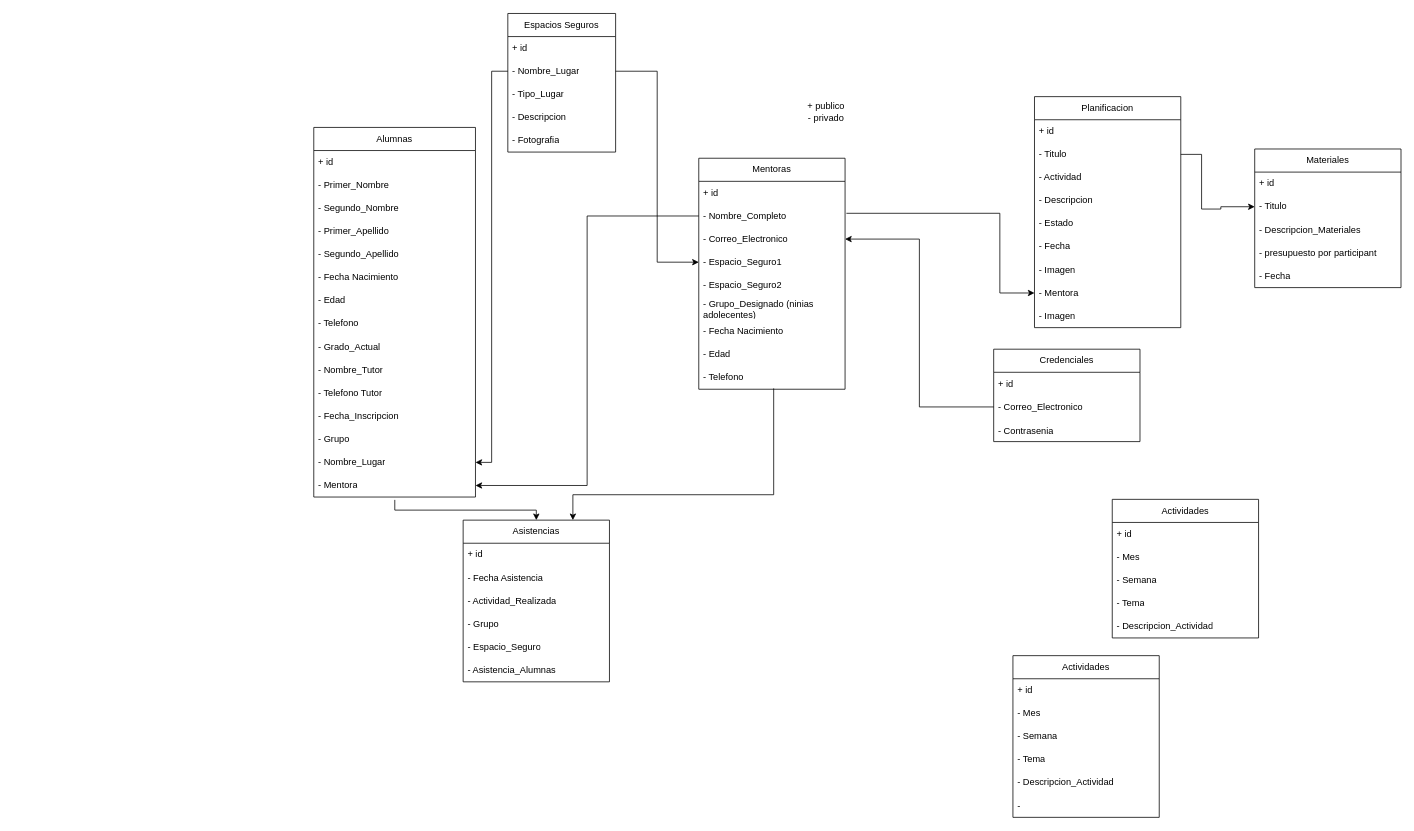
This is page "Digrama de Clases" (1 of 3) of REDMI.drawio from NealD00/Diagramin, a draw.io file, before an edit. Source tidied: cells renumbered, new cells numbered last; positions are measured from the earlier drawing's top-left corner, leaving out a move shared by most shapes. Both pictures are drawn from the tidied source at 77%, with x=0, y=0 at pixel (313, 13).
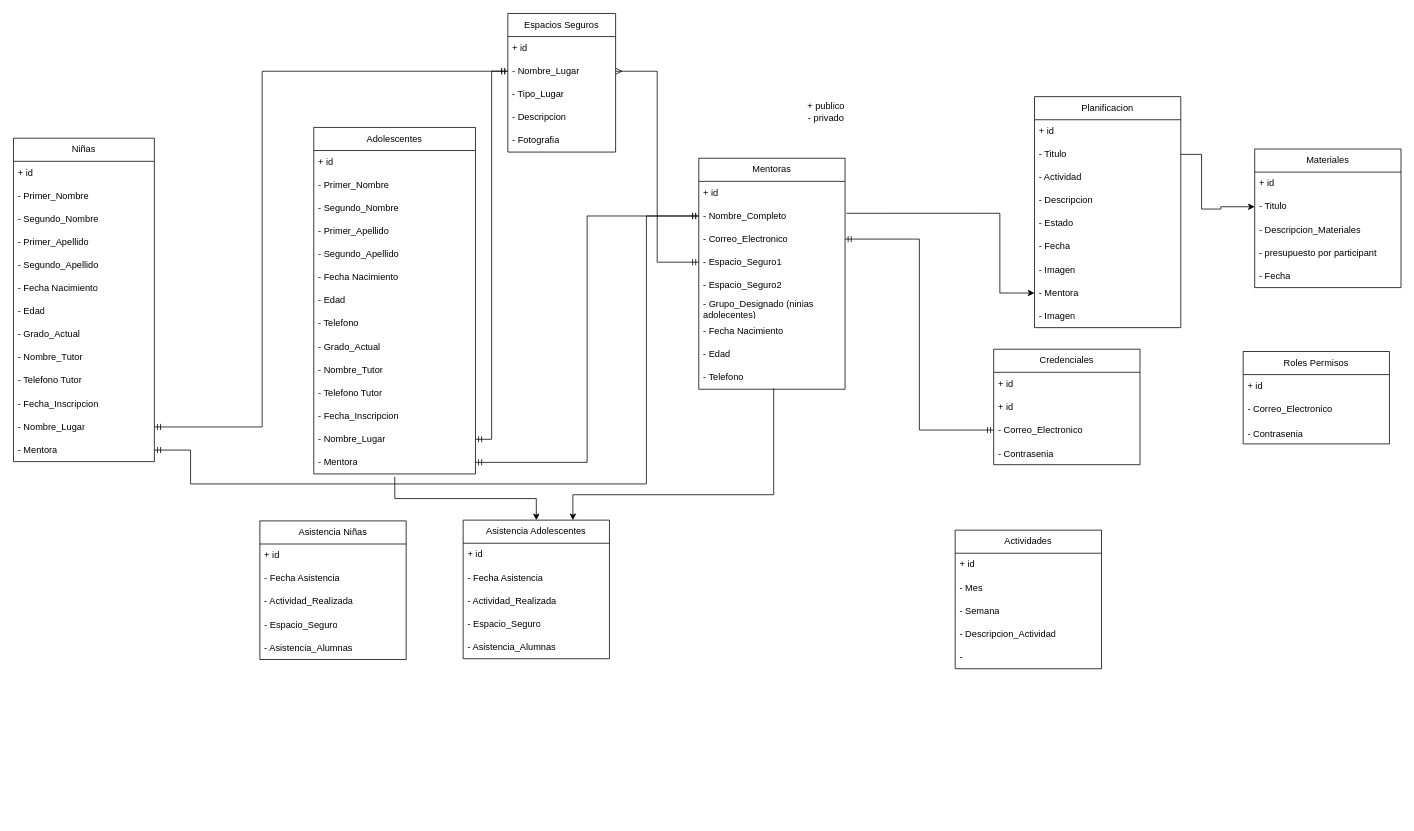
The same diagram, later.

Unchanged cells that the change refers to:
```xml
<mxCell id="4" value="- Nombre_Lugar" style="text;strokeColor=none;fillColor=none;align=left;verticalAlign=middle;spacingLeft=4;spacingRight=4;overflow=hidden;points=[[0,0.5],[1,0.5]];portConstraint=eastwest;whiteSpace=wrap;html=1;" parent="2" vertex="1">
  <mxGeometry y="60" width="140" height="30" as="geometry" />
</mxCell>
<mxCell id="27" value="- Nombre_Completo" style="text;strokeColor=none;fillColor=none;align=left;verticalAlign=middle;spacingLeft=4;spacingRight=4;overflow=hidden;points=[[0,0.5],[1,0.5]];portConstraint=eastwest;whiteSpace=wrap;html=1;" parent="25" vertex="1">
  <mxGeometry y="60" width="190" height="30" as="geometry" />
</mxCell>
<mxCell id="28" value="- Correo_Electronico" style="text;strokeColor=none;fillColor=none;align=left;verticalAlign=middle;spacingLeft=4;spacingRight=4;overflow=hidden;points=[[0,0.5],[1,0.5]];portConstraint=eastwest;whiteSpace=wrap;html=1;" parent="25" vertex="1">
  <mxGeometry y="90" width="190" height="30" as="geometry" />
</mxCell>
<mxCell id="29" value="- Espacio_Seguro1&lt;span style=&quot;white-space: pre;&quot;&gt;&#9;&lt;/span&gt;" style="text;strokeColor=none;fillColor=none;align=left;verticalAlign=middle;spacingLeft=4;spacingRight=4;overflow=hidden;points=[[0,0.5],[1,0.5]];portConstraint=eastwest;whiteSpace=wrap;html=1;" parent="25" vertex="1">
  <mxGeometry y="120" width="190" height="30" as="geometry" />
</mxCell>
```

Diff of the diagram source:
```diff
@@
-    <mxCell id="9" value="Alumnas" style="swimlane;fontStyle=0;horizontal=1;startSize=30;whiteSpace=wrap;html=1;" parent="1" vertex="1">
-      <mxGeometry y="148" width="210" height="480" as="geometry" />
+    <mxCell id="9" value="Adolescentes" style="swimlane;fontStyle=0;horizontal=1;startSize=30;whiteSpace=wrap;html=1;" parent="1" vertex="1">
+      <mxGeometry y="148" width="210" height="450" as="geometry" />
     </mxCell>
@@
-    <mxCell id="22" value="- Grupo" style="text;strokeColor=none;fillColor=none;align=left;verticalAlign=middle;spacingLeft=4;spacingRight=4;overflow=hidden;whiteSpace=wrap;html=1;" parent="9" vertex="1">
-      <mxGeometry y="390" width="210" height="30" as="geometry" />
-    </mxCell>
     <mxCell id="23" value="- Nombre_Lugar" style="text;strokeColor=none;fillColor=none;align=left;verticalAlign=middle;spacingLeft=4;spacingRight=4;overflow=hidden;points=[[0,0.5],[1,0.5]];portConstraint=eastwest;whiteSpace=wrap;html=1;" parent="9" vertex="1">
-      <mxGeometry y="420" width="210" height="30" as="geometry" />
+      <mxGeometry y="390" width="210" height="30" as="geometry" />
     </mxCell>
     <mxCell id="24" value="- Mentora" style="text;strokeColor=none;fillColor=none;align=left;verticalAlign=middle;spacingLeft=4;spacingRight=4;overflow=hidden;points=[[0,0.5],[1,0.5]];portConstraint=eastwest;whiteSpace=wrap;html=1;" parent="9" vertex="1">
-      <mxGeometry y="450" width="210" height="30" as="geometry" />
+      <mxGeometry y="420" width="210" height="30" as="geometry" />
     </mxCell>
@@
-    <mxCell id="35" value="Asistencias" style="swimlane;fontStyle=0;horizontal=1;startSize=30;whiteSpace=wrap;html=1;" parent="1" vertex="1">
-      <mxGeometry x="194" y="658" width="190" height="210" as="geometry" />
+    <mxCell id="35" value="Asistencia Adolescentes" style="swimlane;fontStyle=0;horizontal=1;startSize=30;whiteSpace=wrap;html=1;" parent="1" vertex="1">
+      <mxGeometry x="194" y="658" width="190" height="180" as="geometry" />
     </mxCell>
@@
-    <mxCell id="39" value="- Grupo" style="text;strokeColor=none;fillColor=none;align=left;verticalAlign=middle;spacingLeft=4;spacingRight=4;overflow=hidden;whiteSpace=wrap;html=1;" parent="35" vertex="1">
-      <mxGeometry y="120" width="190" height="30" as="geometry" />
-    </mxCell>
     <mxCell id="40" value="- Espacio_Seguro" style="text;strokeColor=none;fillColor=none;align=left;verticalAlign=middle;spacingLeft=4;spacingRight=4;overflow=hidden;whiteSpace=wrap;html=1;" parent="35" vertex="1">
-      <mxGeometry y="150" width="190" height="30" as="geometry" />
+      <mxGeometry y="120" width="190" height="30" as="geometry" />
     </mxCell>
     <mxCell id="41" value="- Asistencia_Alumnas" style="text;strokeColor=none;fillColor=none;align=left;verticalAlign=middle;spacingLeft=4;spacingRight=4;overflow=hidden;whiteSpace=wrap;html=1;" parent="35" vertex="1">
-      <mxGeometry y="180" width="190" height="30" as="geometry" />
+      <mxGeometry y="150" width="190" height="30" as="geometry" />
     </mxCell>
@@
     <mxCell id="52" value="Credenciales" style="swimlane;fontStyle=0;horizontal=1;startSize=30;whiteSpace=wrap;html=1;" parent="1" vertex="1">
-      <mxGeometry x="883" y="436" width="190" height="120" as="geometry" />
+      <mxGeometry x="883" y="436" width="190" height="150" as="geometry" />
     </mxCell>
@@
+    <mxCell id="83" value="+ id&amp;nbsp;&lt;span style=&quot;white-space: pre;&quot;&gt;&#9;&lt;/span&gt;" style="text;strokeColor=none;fillColor=none;align=left;verticalAlign=middle;spacingLeft=4;spacingRight=4;overflow=hidden;whiteSpace=wrap;html=1;" parent="52" vertex="1">
+      <mxGeometry y="60" width="190" height="30" as="geometry" />
+    </mxCell>
     <mxCell id="54" value="- Correo_Electronico" style="text;strokeColor=none;fillColor=none;align=left;verticalAlign=middle;spacingLeft=4;spacingRight=4;overflow=hidden;points=[[0,0.5],[1,0.5]];portConstraint=eastwest;whiteSpace=wrap;html=1;" parent="52" vertex="1">
-      <mxGeometry y="60" width="190" height="30" as="geometry" />
+      <mxGeometry y="90" width="190" height="30" as="geometry" />
     </mxCell>
     <mxCell id="55" value="- Contrasenia&lt;font face=&quot;sans-serif&quot; color=&quot;#202122&quot;&gt;&lt;span style=&quot;font-size: 16px; background-color: rgb(255, 255, 255);&quot;&gt;&lt;/span&gt;&lt;/font&gt;" style="text;strokeColor=none;fillColor=none;align=left;verticalAlign=middle;spacingLeft=4;spacingRight=4;overflow=hidden;whiteSpace=wrap;html=1;" parent="52" vertex="1">
-      <mxGeometry y="90" width="190" height="30" as="geometry" />
+      <mxGeometry y="120" width="190" height="30" as="geometry" />
     </mxCell>
-    <mxCell id="56" style="rounded=0;jettySize=auto;html=1;exitX=0;exitY=0.5;exitDx=0;exitDy=0;fontFamily=Helvetica;fontSize=12;fontColor=default;fontStyle=0;edgeStyle=orthogonalEdgeStyle;" parent="1" edge="1" source="27" target="24">
+    <mxCell id="56" style="rounded=0;jettySize=auto;html=1;exitX=0;exitY=0.5;exitDx=0;exitDy=0;fontFamily=Helvetica;fontSize=12;fontColor=default;fontStyle=0;edgeStyle=orthogonalEdgeStyle;startArrow=ERmandOne;startFill=0;endArrow=ERmandOne;endFill=0;" parent="1" edge="1" source="27" target="24">
       <mxGeometry relative="1" as="geometry" />
     </mxCell>
-    <mxCell id="57" style="edgeStyle=orthogonalEdgeStyle;rounded=0;jettySize=auto;html=1;exitX=0;exitY=0.5;exitDx=0;exitDy=0;entryX=1;entryY=0.5;entryDx=0;entryDy=0;fontFamily=Helvetica;fontSize=12;fontColor=default;fontStyle=0;" parent="1" edge="1" source="4" target="23">
+    <mxCell id="57" style="edgeStyle=orthogonalEdgeStyle;rounded=0;jettySize=auto;html=1;exitX=0;exitY=0.5;exitDx=0;exitDy=0;entryX=1;entryY=0.5;entryDx=0;entryDy=0;fontFamily=Helvetica;fontSize=12;fontColor=default;fontStyle=0;endArrow=ERmandOne;endFill=0;startArrow=ERmandOne;startFill=0;" parent="1" edge="1" source="4" target="23">
       <mxGeometry relative="1" as="geometry" />
     </mxCell>
@@
-    <mxCell id="60" style="rounded=0;jettySize=auto;elbow=vertical;html=1;exitX=0;exitY=0.5;exitDx=0;exitDy=0;entryX=1;entryY=0.5;entryDx=0;entryDy=0;fontFamily=Helvetica;fontSize=12;fontColor=default;fontStyle=0;edgeStyle=orthogonalEdgeStyle;" parent="1" edge="1" source="54" target="28">
+    <mxCell id="60" style="rounded=0;jettySize=auto;elbow=vertical;html=1;exitX=0;exitY=0.5;exitDx=0;exitDy=0;entryX=1;entryY=0.5;entryDx=0;entryDy=0;fontFamily=Helvetica;fontSize=12;fontColor=default;fontStyle=0;edgeStyle=orthogonalEdgeStyle;startArrow=ERmandOne;startFill=0;endArrow=ERmandOne;endFill=0;" parent="1" edge="1" source="54" target="28">
       <mxGeometry relative="1" as="geometry" />
     </mxCell>
     <mxCell id="61" value="Actividades" style="swimlane;fontStyle=0;horizontal=1;startSize=30;whiteSpace=wrap;html=1;" parent="1" vertex="1">
-      <mxGeometry x="908" y="834" width="190" height="210" as="geometry" />
+      <mxGeometry x="833" y="671" width="190" height="180" as="geometry" />
     </mxCell>
@@
-    <mxCell id="65" value="- Tema" style="text;strokeColor=none;fillColor=none;align=left;verticalAlign=middle;spacingLeft=4;spacingRight=4;overflow=hidden;whiteSpace=wrap;html=1;" parent="61" vertex="1">
-      <mxGeometry y="120" width="190" height="30" as="geometry" />
-    </mxCell>
     <mxCell id="66" value="- Descripcion_Actividad" style="text;strokeColor=none;fillColor=none;align=left;verticalAlign=middle;spacingLeft=4;spacingRight=4;overflow=hidden;whiteSpace=wrap;html=1;" parent="61" vertex="1">
-      <mxGeometry y="150" width="190" height="30" as="geometry" />
+      <mxGeometry y="120" width="190" height="30" as="geometry" />
     </mxCell>
     <mxCell id="67" value="-&amp;nbsp;" style="text;strokeColor=none;fillColor=none;align=left;verticalAlign=middle;spacingLeft=4;spacingRight=4;overflow=hidden;whiteSpace=wrap;html=1;" parent="61" vertex="1">
-      <mxGeometry y="180" width="190" height="30" as="geometry" />
+      <mxGeometry y="150" width="190" height="30" as="geometry" />
     </mxCell>
-    <mxCell id="68" style="edgeStyle=orthogonalEdgeStyle;rounded=0;jettySize=auto;html=1;exitX=1;exitY=0.5;exitDx=0;exitDy=0;entryX=0;entryY=0.5;entryDx=0;entryDy=0;" parent="1" edge="1" source="4" target="29">
+    <mxCell id="68" style="edgeStyle=orthogonalEdgeStyle;rounded=0;jettySize=auto;html=1;exitX=1;exitY=0.5;exitDx=0;exitDy=0;entryX=0;entryY=0.5;entryDx=0;entryDy=0;endArrow=ERmandOne;endFill=0;startArrow=ERmany;startFill=0;" parent="1" edge="1" source="4" target="29">
       <mxGeometry relative="1" as="geometry" />
     </mxCell>
-    <mxCell id="69" value="Actividades" style="swimlane;fontStyle=0;horizontal=1;startSize=30;whiteSpace=wrap;html=1;" parent="1" vertex="1">
-      <mxGeometry x="1037" y="631" width="190" height="180" as="geometry" />
-    </mxCell>
-    <mxCell id="70" value="+ id&amp;nbsp;&lt;span style=&quot;white-space: pre;&quot;&gt;&#9;&lt;/span&gt;" style="text;strokeColor=none;fillColor=none;align=left;verticalAlign=middle;spacingLeft=4;spacingRight=4;overflow=hidden;whiteSpace=wrap;html=1;" parent="69" vertex="1">
-      <mxGeometry y="30" width="190" height="30" as="geometry" />
-    </mxCell>
-    <mxCell id="71" value="- Mes" style="text;strokeColor=none;fillColor=none;align=left;verticalAlign=middle;spacingLeft=4;spacingRight=4;overflow=hidden;whiteSpace=wrap;html=1;" parent="69" vertex="1">
-      <mxGeometry y="60" width="190" height="30" as="geometry" />
-    </mxCell>
-    <mxCell id="72" value="- Semana" style="text;strokeColor=none;fillColor=none;align=left;verticalAlign=middle;spacingLeft=4;spacingRight=4;overflow=hidden;whiteSpace=wrap;html=1;" parent="69" vertex="1">
-      <mxGeometry y="90" width="190" height="30" as="geometry" />
-    </mxCell>
-    <mxCell id="73" value="- Tema" style="text;strokeColor=none;fillColor=none;align=left;verticalAlign=middle;spacingLeft=4;spacingRight=4;overflow=hidden;whiteSpace=wrap;html=1;" parent="69" vertex="1">
-      <mxGeometry y="120" width="190" height="30" as="geometry" />
-    </mxCell>
-    <mxCell id="74" value="- Descripcion_Actividad" style="text;strokeColor=none;fillColor=none;align=left;verticalAlign=middle;spacingLeft=4;spacingRight=4;overflow=hidden;whiteSpace=wrap;html=1;" parent="69" vertex="1">
-      <mxGeometry y="150" width="190" height="30" as="geometry" />
-    </mxCell>
@@
+    <mxCell id="84" value="Niñas" style="swimlane;fontStyle=0;horizontal=1;startSize=30;whiteSpace=wrap;html=1;" parent="1" vertex="1">
+      <mxGeometry x="-390" y="162" width="183" height="420" as="geometry" />
+    </mxCell>
+    <mxCell id="85" value="+ id&amp;nbsp;&lt;span style=&quot;white-space: pre;&quot;&gt;&#9;&lt;/span&gt;" style="text;strokeColor=none;fillColor=none;align=left;verticalAlign=middle;spacingLeft=4;spacingRight=4;overflow=hidden;whiteSpace=wrap;html=1;" parent="84" vertex="1">
+      <mxGeometry y="30" width="183" height="30" as="geometry" />
+    </mxCell>
+    <mxCell id="86" value="- Primer_Nombre" style="text;strokeColor=none;fillColor=none;align=left;verticalAlign=middle;spacingLeft=4;spacingRight=4;overflow=hidden;whiteSpace=wrap;html=1;" parent="84" vertex="1">
+      <mxGeometry y="60" width="183" height="30" as="geometry" />
+    </mxCell>
+    <mxCell id="87" value="- Segundo_Nombre" style="text;strokeColor=none;fillColor=none;align=left;verticalAlign=middle;spacingLeft=4;spacingRight=4;overflow=hidden;whiteSpace=wrap;html=1;" parent="84" vertex="1">
+      <mxGeometry y="90" width="183" height="30" as="geometry" />
+    </mxCell>
+    <mxCell id="88" value="- Primer_&lt;span style=&quot;background-color: initial;&quot;&gt;Apellido&lt;/span&gt;" style="text;strokeColor=none;fillColor=none;align=left;verticalAlign=middle;spacingLeft=4;spacingRight=4;overflow=hidden;whiteSpace=wrap;html=1;" parent="84" vertex="1">
+      <mxGeometry y="120" width="183" height="30" as="geometry" />
+    </mxCell>
+    <mxCell id="89" value="- Segundo_Apellido" style="text;strokeColor=none;fillColor=none;align=left;verticalAlign=middle;spacingLeft=4;spacingRight=4;overflow=hidden;whiteSpace=wrap;html=1;" parent="84" vertex="1">
+      <mxGeometry y="150" width="183" height="30" as="geometry" />
+    </mxCell>
+    <mxCell id="90" value="- Fecha Nacimiento" style="text;strokeColor=none;fillColor=none;align=left;verticalAlign=middle;spacingLeft=4;spacingRight=4;overflow=hidden;whiteSpace=wrap;html=1;" parent="84" vertex="1">
+      <mxGeometry y="180" width="183" height="30" as="geometry" />
+    </mxCell>
+    <mxCell id="91" value="- Edad" style="text;strokeColor=none;fillColor=none;align=left;verticalAlign=middle;spacingLeft=4;spacingRight=4;overflow=hidden;whiteSpace=wrap;html=1;" parent="84" vertex="1">
+      <mxGeometry y="210" width="183" height="30" as="geometry" />
+    </mxCell>
+    <mxCell id="92" value="- Grado_Actual" style="text;strokeColor=none;fillColor=none;align=left;verticalAlign=middle;spacingLeft=4;spacingRight=4;overflow=hidden;whiteSpace=wrap;html=1;" parent="84" vertex="1">
+      <mxGeometry y="240" width="183" height="30" as="geometry" />
+    </mxCell>
+    <mxCell id="93" value="- Nombre_Tutor" style="text;strokeColor=none;fillColor=none;align=left;verticalAlign=middle;spacingLeft=4;spacingRight=4;overflow=hidden;whiteSpace=wrap;html=1;" parent="84" vertex="1">
+      <mxGeometry y="270" width="183" height="30" as="geometry" />
+    </mxCell>
+    <mxCell id="94" value="- Telefono Tutor" style="text;strokeColor=none;fillColor=none;align=left;verticalAlign=middle;spacingLeft=4;spacingRight=4;overflow=hidden;whiteSpace=wrap;html=1;" parent="84" vertex="1">
+      <mxGeometry y="300" width="183" height="30" as="geometry" />
+    </mxCell>
+    <mxCell id="95" value="- Fecha_Inscripcion" style="text;strokeColor=none;fillColor=none;align=left;verticalAlign=middle;spacingLeft=4;spacingRight=4;overflow=hidden;whiteSpace=wrap;html=1;" parent="84" vertex="1">
+      <mxGeometry y="330" width="183" height="30" as="geometry" />
+    </mxCell>
+    <mxCell id="96" value="- Nombre_Lugar" style="text;strokeColor=none;fillColor=none;align=left;verticalAlign=middle;spacingLeft=4;spacingRight=4;overflow=hidden;points=[[0,0.5],[1,0.5]];portConstraint=eastwest;whiteSpace=wrap;html=1;" parent="84" vertex="1">
+      <mxGeometry y="360" width="183" height="30" as="geometry" />
+    </mxCell>
+    <mxCell id="97" value="- Mentora" style="text;strokeColor=none;fillColor=none;align=left;verticalAlign=middle;spacingLeft=4;spacingRight=4;overflow=hidden;points=[[0,0.5],[1,0.5]];portConstraint=eastwest;whiteSpace=wrap;html=1;" parent="84" vertex="1">
+      <mxGeometry y="390" width="183" height="30" as="geometry" />
+    </mxCell>
+    <mxCell id="98" value="Asistencia Niñas" style="swimlane;fontStyle=0;horizontal=1;startSize=30;whiteSpace=wrap;html=1;" parent="1" vertex="1">
+      <mxGeometry x="-70" y="659" width="190" height="180" as="geometry" />
+    </mxCell>
+    <mxCell id="99" value="+ id&amp;nbsp;&lt;span style=&quot;white-space: pre;&quot;&gt;&#9;&lt;/span&gt;" style="text;strokeColor=none;fillColor=none;align=left;verticalAlign=middle;spacingLeft=4;spacingRight=4;overflow=hidden;whiteSpace=wrap;html=1;" parent="98" vertex="1">
+      <mxGeometry y="30" width="190" height="30" as="geometry" />
+    </mxCell>
+    <mxCell id="100" value="- Fecha Asistencia" style="text;strokeColor=none;fillColor=none;align=left;verticalAlign=middle;spacingLeft=4;spacingRight=4;overflow=hidden;whiteSpace=wrap;html=1;" parent="98" vertex="1">
+      <mxGeometry y="60" width="190" height="30" as="geometry" />
+    </mxCell>
+    <mxCell id="101" value="- Actividad_Realizada" style="text;strokeColor=none;fillColor=none;align=left;verticalAlign=middle;spacingLeft=4;spacingRight=4;overflow=hidden;whiteSpace=wrap;html=1;" parent="98" vertex="1">
+      <mxGeometry y="90" width="190" height="30" as="geometry" />
+    </mxCell>
+    <mxCell id="102" value="- Espacio_Seguro" style="text;strokeColor=none;fillColor=none;align=left;verticalAlign=middle;spacingLeft=4;spacingRight=4;overflow=hidden;whiteSpace=wrap;html=1;" parent="98" vertex="1">
+      <mxGeometry y="120" width="190" height="30" as="geometry" />
+    </mxCell>
+    <mxCell id="103" value="- Asistencia_Alumnas" style="text;strokeColor=none;fillColor=none;align=left;verticalAlign=middle;spacingLeft=4;spacingRight=4;overflow=hidden;whiteSpace=wrap;html=1;" parent="98" vertex="1">
+      <mxGeometry y="150" width="190" height="30" as="geometry" />
+    </mxCell>
+    <mxCell id="104" style="edgeStyle=orthogonalEdgeStyle;rounded=0;jettySize=auto;html=1;entryX=1;entryY=0.5;entryDx=0;entryDy=0;fontFamily=Helvetica;fontSize=12;fontColor=default;fontStyle=0;endArrow=ERmandOne;endFill=0;startArrow=ERmandOne;startFill=0;exitX=0;exitY=0.5;exitDx=0;exitDy=0;" parent="1" edge="1" source="4" target="96">
+      <mxGeometry relative="1" as="geometry">
+        <Array as="points">
+          <mxPoint x="-67" y="75" />
+          <mxPoint x="-67" y="537" />
+        </Array>
+      </mxGeometry>
+    </mxCell>
+    <mxCell id="105" style="rounded=0;jettySize=auto;html=1;fontFamily=Helvetica;fontSize=12;fontColor=default;fontStyle=0;edgeStyle=orthogonalEdgeStyle;startArrow=ERmandOne;startFill=0;endArrow=ERmandOne;endFill=0;exitX=0;exitY=0.5;exitDx=0;exitDy=0;entryX=1;entryY=0.5;entryDx=0;entryDy=0;" parent="1" edge="1" source="27" target="97">
+      <mxGeometry relative="1" as="geometry">
+        <Array as="points">
+          <mxPoint x="432" y="263" />
+          <mxPoint x="432" y="611" />
+          <mxPoint x="-160" y="611" />
+          <mxPoint x="-160" y="567" />
+        </Array>
+      </mxGeometry>
+    </mxCell>
+    <mxCell id="106" value="Roles Permisos" style="swimlane;fontStyle=0;horizontal=1;startSize=30;whiteSpace=wrap;html=1;" parent="1" vertex="1">
+      <mxGeometry x="1207" y="439" width="190" height="120" as="geometry" />
+    </mxCell>
+    <mxCell id="107" value="+ id&amp;nbsp;&lt;span style=&quot;white-space: pre;&quot;&gt;&#9;&lt;/span&gt;" style="text;strokeColor=none;fillColor=none;align=left;verticalAlign=middle;spacingLeft=4;spacingRight=4;overflow=hidden;whiteSpace=wrap;html=1;" parent="106" vertex="1">
+      <mxGeometry y="30" width="190" height="30" as="geometry" />
+    </mxCell>
+    <mxCell id="108" value="- Correo_Electronico" style="text;strokeColor=none;fillColor=none;align=left;verticalAlign=middle;spacingLeft=4;spacingRight=4;overflow=hidden;whiteSpace=wrap;html=1;" parent="106" vertex="1">
+      <mxGeometry y="60" width="190" height="30" as="geometry" />
+    </mxCell>
+    <mxCell id="109" value="- Contrasenia&lt;font face=&quot;sans-serif&quot; color=&quot;#202122&quot;&gt;&lt;span style=&quot;font-size: 16px; background-color: rgb(255, 255, 255);&quot;&gt;&lt;/span&gt;&lt;/font&gt;" style="text;strokeColor=none;fillColor=none;align=left;verticalAlign=middle;spacingLeft=4;spacingRight=4;overflow=hidden;whiteSpace=wrap;html=1;" parent="106" vertex="1">
+      <mxGeometry y="90" width="190" height="30" as="geometry" />
+    </mxCell>
```
